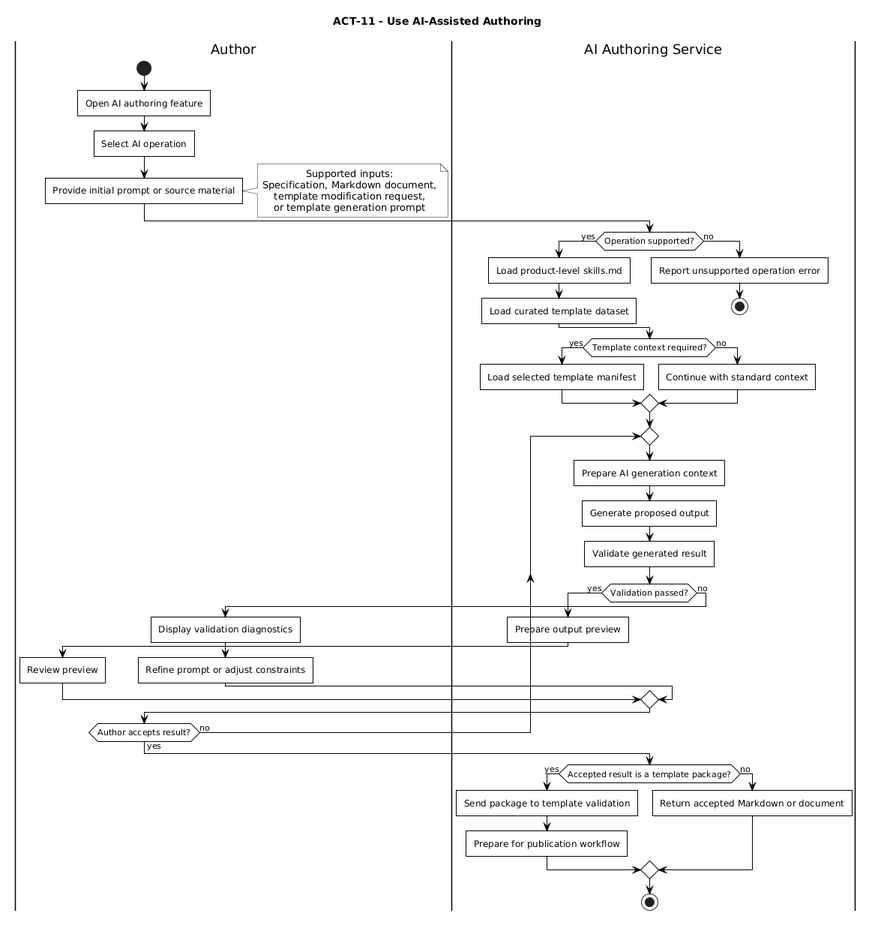
This is Figures/activity/11-ai-authoring.png from Litho-MD/uet-fyp-docs, a PlantUML export, as it was before one commit.
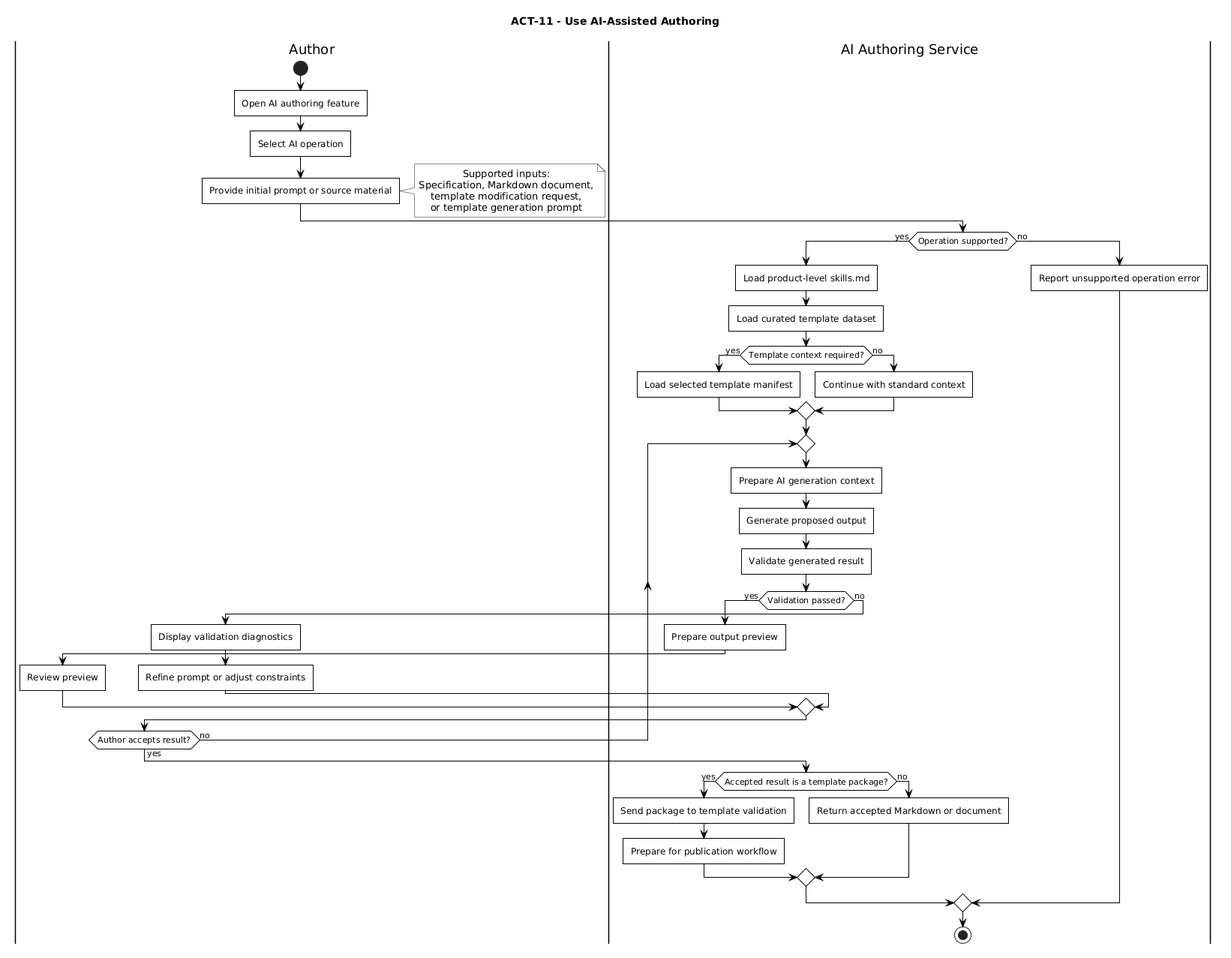
Later version of the same file.

The edit, as a diff of the source:
```diff
@@ -33,40 +33,39 @@
 if (Operation supported?) then (yes)
     :Load product-level skills.md;
     :Load curated template dataset;
+
+    if (Template context required?) then (yes)
+        :Load selected template manifest;
+    else (no)
+        :Continue with standard context;
+    endif
+
+    repeat
+        |AI Authoring Service|
+        :Prepare AI generation context;
+        :Generate proposed output;
+        :Validate generated result;
+
+        if (Validation passed?) then (yes)
+            :Prepare output preview;
+            |Author|
+            :Review preview;
+        else (no)
+            :Display validation diagnostics;
+            |Author|
+            :Refine prompt or adjust constraints;
+        endif
+    repeat while (Author accepts result?) is (no) not (yes)
+
+    |AI Authoring Service|
+    if (Accepted result is a template package?) then (yes)
+        :Send package to template validation;
+        :Prepare for publication workflow;
+    else (no)
+        :Return accepted Markdown or document;
+    endif
 else (no)
     :Report unsupported operation error;
-    stop
-endif
-
-if (Template context required?) then (yes)
-    :Load selected template manifest;
-else (no)
-    :Continue with standard context;
-endif
-
-repeat
-    |AI Authoring Service|
-    :Prepare AI generation context;
-    :Generate proposed output;
-    :Validate generated result;
-
-    if (Validation passed?) then (yes)
-        :Prepare output preview;
-        |Author|
-        :Review preview;
-    else (no)
-        :Display validation diagnostics;
-        |Author|
-        :Refine prompt or adjust constraints;
-    endif
-repeat while (Author accepts result?) is (no) not (yes)
-
-|AI Authoring Service|
-if (Accepted result is a template package?) then (yes)
-    :Send package to template validation;
-    :Prepare for publication workflow;
-else (no)
-    :Return accepted Markdown or document;
 endif
 
 stop
```
